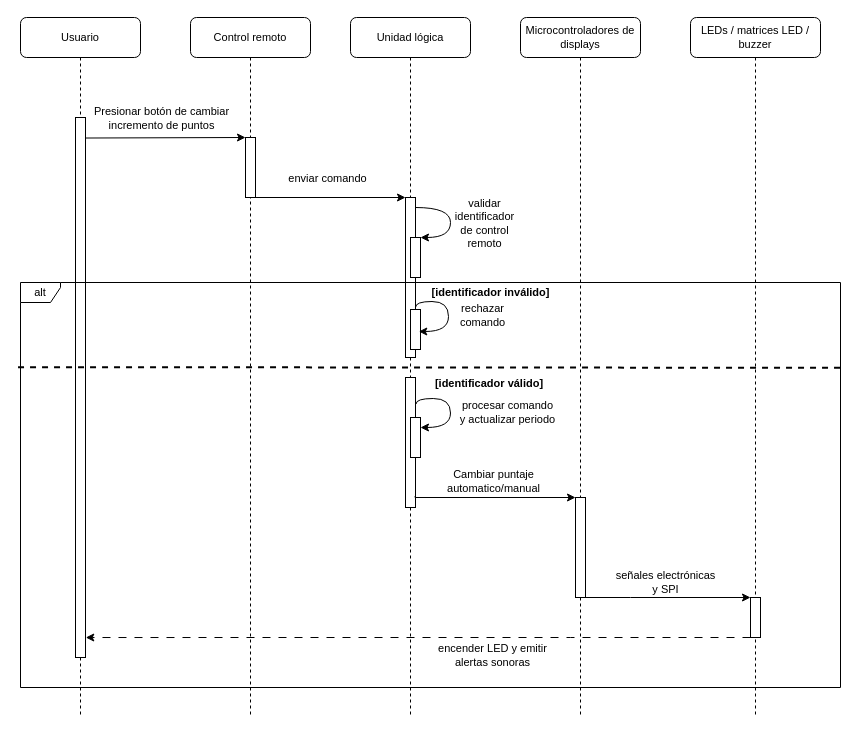
This is Design/UML/Seq and Act/Machine/cm1 seq.drawio from Diego-Hiriart/Capstone_Hiriart-Corales-Samaniego, a draw.io file, before an edit. Source tidied: cells renumbered, new cells numbered last; positions are measured from the earlier drawing's top-left corner, leaving out a move shared by most shapes. Both pictures are drawn from the tidied source at 100%, with x=0, y=0 at pixel (20, 17).
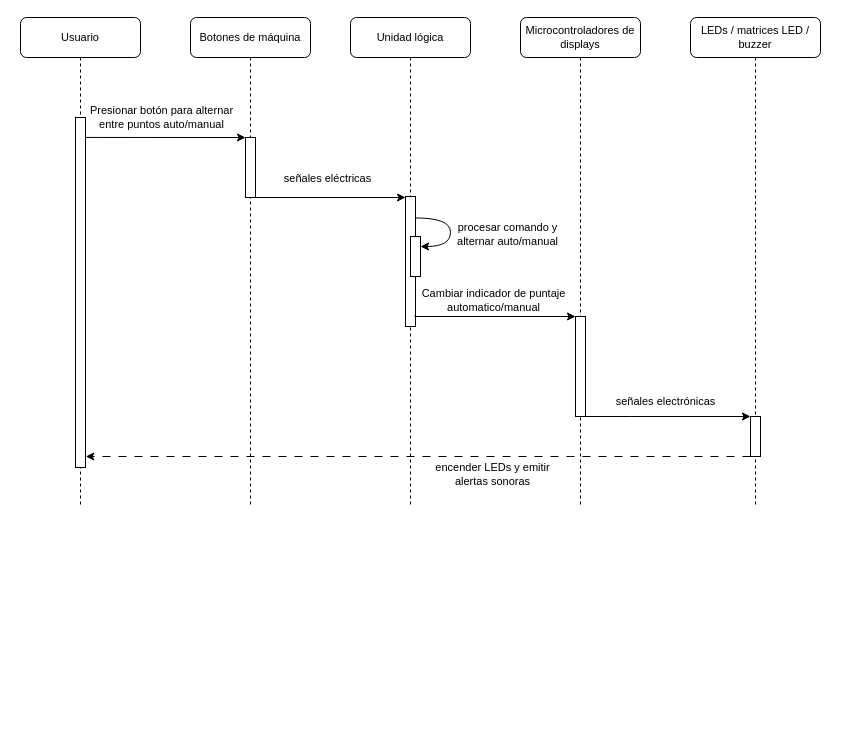
The same diagram, later.

The change refers to these unchanged cells:
```xml
<mxCell id="3" style="rounded=0;whiteSpace=wrap;html=1;fontFamily=Helvetica;fontSize=11;labelBackgroundColor=none;" parent="2" vertex="1">
  <mxGeometry x="55" y="120" width="10" height="60" as="geometry" />
</mxCell>
```

What changed in the source:
```diff
@@
-    <mxCell id="2" value="Control remoto" style="shape=umlLifeline;perimeter=lifelinePerimeter;whiteSpace=wrap;html=1;rounded=1;shadow=0;comic=0;labelBackgroundColor=none;strokeWidth=1;fontFamily=Helvetica;fontSize=11;align=center;" parent="1" vertex="1">
-      <mxGeometry x="170" width="120" height="700" as="geometry" />
+    <mxCell id="2" value="Botones de máquina" style="shape=umlLifeline;perimeter=lifelinePerimeter;whiteSpace=wrap;html=1;rounded=1;shadow=0;comic=0;labelBackgroundColor=none;strokeWidth=1;fontFamily=Helvetica;fontSize=11;align=center;" parent="1" vertex="1">
+      <mxGeometry x="170" width="120" height="490" as="geometry" />
     </mxCell>
@@
     <mxCell id="4" value="Unidad lógica" style="shape=umlLifeline;perimeter=lifelinePerimeter;whiteSpace=wrap;html=1;rounded=1;shadow=0;comic=0;labelBackgroundColor=none;strokeWidth=1;fontFamily=Helvetica;fontSize=11;align=center;" parent="1" vertex="1">
-      <mxGeometry x="330" width="120" height="700" as="geometry" />
+      <mxGeometry x="330" width="120" height="490" as="geometry" />
     </mxCell>
-    <mxCell id="5" style="rounded=0;whiteSpace=wrap;html=1;fontFamily=Helvetica;fontSize=11;labelBackgroundColor=none;" parent="4" vertex="1">
-      <mxGeometry x="55" y="180" width="10" height="160" as="geometry" />
-    </mxCell>
-    <mxCell id="6" style="endArrow=classic;html=1;rounded=0;exitX=1.03;exitY=0.151;exitDx=0;exitDy=0;edgeStyle=orthogonalEdgeStyle;curved=1;entryX=1;entryY=0;entryDx=0;entryDy=0;exitPerimeter=0;fontFamily=Helvetica;fontSize=11;labelBackgroundColor=none;" parent="4" edge="1" target="8">
-      <mxGeometry relative="1" as="geometry">
-        <mxPoint x="65.1" y="190" as="sourcePoint" />
-        <Array as="points">
-          <mxPoint x="100" y="190" />
-          <mxPoint x="100" y="220" />
-        </Array>
-      </mxGeometry>
-    </mxCell>
-    <mxCell id="7" value="validar &lt;br style=&quot;font-size: 11px;&quot;&gt;identificador&lt;br style=&quot;font-size: 11px;&quot;&gt;de control&lt;br style=&quot;font-size: 11px;&quot;&gt;remoto" style="edgeLabel;html=1;align=center;verticalAlign=middle;fontFamily=Helvetica;fontSize=11;labelBackgroundColor=none;" parent="6" vertex="1">
-      <mxGeometry x="-0.13" y="-1" relative="1" as="geometry">
-        <mxPoint x="34" y="9" as="offset" />
-      </mxGeometry>
-    </mxCell>
-    <mxCell id="8" style="rounded=0;whiteSpace=wrap;html=1;fontFamily=Helvetica;fontSize=11;labelBackgroundColor=none;" parent="4" vertex="1">
-      <mxGeometry x="60" y="220" width="10" height="40" as="geometry" />
-    </mxCell>
-    <mxCell id="9" value="[identificador inválido]" style="text;html=1;strokeColor=none;fillColor=none;align=center;verticalAlign=middle;whiteSpace=wrap;rounded=0;fontStyle=1;fontFamily=Helvetica;fontSize=11;labelBackgroundColor=none;" parent="4" vertex="1">
-      <mxGeometry x="74.5" y="265" width="131" height="20" as="geometry" />
-    </mxCell>
-    <mxCell id="10" value="[identificador válido]" style="text;html=1;strokeColor=none;fillColor=none;align=center;verticalAlign=middle;whiteSpace=wrap;rounded=0;fontStyle=1;fontFamily=Helvetica;fontSize=11;labelBackgroundColor=none;" parent="4" vertex="1">
-      <mxGeometry x="74.5" y="356" width="128.1" height="20" as="geometry" />
-    </mxCell>
-    <mxCell id="11" style="rounded=0;whiteSpace=wrap;html=1;fontFamily=Helvetica;fontSize=11;labelBackgroundColor=none;" parent="4" vertex="1">
-      <mxGeometry x="60" y="292" width="10" height="40" as="geometry" />
-    </mxCell>
-    <mxCell id="12" style="endArrow=classic;html=1;rounded=0;edgeStyle=orthogonalEdgeStyle;curved=1;entryX=1.032;entryY=0.375;entryDx=0;entryDy=0;entryPerimeter=0;exitX=1.2;exitY=0.643;exitDx=0;exitDy=0;exitPerimeter=0;fontFamily=Helvetica;fontSize=11;labelBackgroundColor=none;" parent="4" edge="1">
-      <mxGeometry relative="1" as="geometry">
-        <mxPoint x="65" y="289.9" as="sourcePoint" />
-        <mxPoint x="68.3" y="314" as="targetPoint" />
-        <Array as="points">
-          <mxPoint x="65" y="284" />
-          <mxPoint x="98" y="284" />
-          <mxPoint x="98" y="314" />
-        </Array>
-      </mxGeometry>
-    </mxCell>
-    <mxCell id="13" value="rechazar &lt;br style=&quot;font-size: 11px;&quot;&gt;comando" style="edgeLabel;html=1;align=center;verticalAlign=middle;fontFamily=Helvetica;fontSize=11;labelBackgroundColor=none;" parent="12" vertex="1">
-      <mxGeometry x="-0.13" y="-1" relative="1" as="geometry">
-        <mxPoint x="34" y="9" as="offset" />
-      </mxGeometry>
-    </mxCell>
-    <mxCell id="14" style="endArrow=classic;html=1;rounded=0;edgeStyle=orthogonalEdgeStyle;curved=1;exitX=1.05;exitY=0.204;exitDx=0;exitDy=0;exitPerimeter=0;fontFamily=Helvetica;fontSize=11;labelBackgroundColor=none;" parent="4" edge="1" source="16">
+    <mxCell id="14" style="endArrow=classic;html=1;rounded=0;edgeStyle=orthogonalEdgeStyle;curved=1;exitX=1.046;exitY=0.165;exitDx=0;exitDy=0;exitPerimeter=0;fontFamily=Helvetica;fontSize=11;labelBackgroundColor=none;" parent="4" edge="1" source="16">
       <mxGeometry relative="1" as="geometry">
-        <mxPoint x="70" y="410" as="targetPoint" />
+        <mxPoint x="70" y="229" as="targetPoint" />
         <Array as="points">
-          <mxPoint x="66" y="381" />
-          <mxPoint x="100" y="381" />
-          <mxPoint x="100" y="410" />
+          <mxPoint x="100" y="201" />
+          <mxPoint x="100" y="229" />
         </Array>
       </mxGeometry>
     </mxCell>
-    <mxCell id="15" value="procesar comando&lt;br style=&quot;font-size: 11px;&quot;&gt;y actualizar periodo" style="edgeLabel;html=1;align=center;verticalAlign=middle;fontFamily=Helvetica;fontSize=11;labelBackgroundColor=none;" parent="14" vertex="1">
+    <mxCell id="15" value="procesar comando y &lt;br&gt;alternar auto/manual" style="edgeLabel;html=1;align=center;verticalAlign=middle;fontFamily=Helvetica;fontSize=11;labelBackgroundColor=none;" parent="14" vertex="1">
       <mxGeometry x="-0.13" y="-1" relative="1" as="geometry">
         <mxPoint x="57" y="11" as="offset" />
       </mxGeometry>
     </mxCell>
     <mxCell id="16" style="rounded=0;whiteSpace=wrap;html=1;fontFamily=Helvetica;fontSize=11;labelBackgroundColor=none;" parent="4" vertex="1">
-      <mxGeometry x="55" y="360" width="10" height="130" as="geometry" />
+      <mxGeometry x="55" y="179" width="10" height="130" as="geometry" />
     </mxCell>
     <mxCell id="17" style="rounded=0;whiteSpace=wrap;html=1;fontFamily=Helvetica;fontSize=11;labelBackgroundColor=none;" parent="4" vertex="1">
-      <mxGeometry x="60" y="400" width="10" height="40" as="geometry" />
+      <mxGeometry x="60" y="219" width="10" height="40" as="geometry" />
     </mxCell>
     <mxCell id="18" value="Microcontroladores de displays" style="shape=umlLifeline;perimeter=lifelinePerimeter;whiteSpace=wrap;html=1;rounded=1;shadow=0;comic=0;labelBackgroundColor=none;strokeWidth=1;fontFamily=Helvetica;fontSize=11;align=center;size=40;" parent="1" vertex="1">
-      <mxGeometry x="500" width="120" height="700" as="geometry" />
+      <mxGeometry x="500" width="120" height="490" as="geometry" />
     </mxCell>
     <mxCell id="19" value="LEDs / matrices LED / buzzer" style="shape=umlLifeline;perimeter=lifelinePerimeter;whiteSpace=wrap;html=1;rounded=1;shadow=0;comic=0;labelBackgroundColor=none;strokeWidth=1;fontFamily=Helvetica;fontSize=11;align=center;" parent="1" vertex="1">
-      <mxGeometry x="670" width="130" height="700" as="geometry" />
+      <mxGeometry x="670" width="130" height="490" as="geometry" />
     </mxCell>
     <mxCell id="20" value="Usuario" style="shape=umlLifeline;perimeter=lifelinePerimeter;whiteSpace=wrap;html=1;rounded=1;shadow=0;comic=0;labelBackgroundColor=none;strokeWidth=1;fontFamily=Helvetica;fontSize=11;align=center;" parent="1" vertex="1">
-      <mxGeometry width="120" height="700" as="geometry" />
+      <mxGeometry width="120" height="490" as="geometry" />
     </mxCell>
     <mxCell id="21" style="rounded=0;whiteSpace=wrap;html=1;fontFamily=Helvetica;fontSize=11;labelBackgroundColor=none;" parent="20" vertex="1">
-      <mxGeometry x="55" y="100" width="10" height="540" as="geometry" />
+      <mxGeometry x="55" y="100" width="10" height="350" as="geometry" />
     </mxCell>
-    <mxCell id="22" style="endArrow=classic;html=1;rounded=0;exitX=1.032;exitY=0.038;exitDx=0;exitDy=0;exitPerimeter=0;entryX=0;entryY=0;entryDx=0;entryDy=0;fontFamily=Helvetica;fontSize=11;labelBackgroundColor=none;" parent="1" edge="1" source="21" target="3">
+    <mxCell id="22" style="endArrow=classic;html=1;rounded=0;entryX=0;entryY=0;entryDx=0;entryDy=0;fontFamily=Helvetica;fontSize=11;labelBackgroundColor=none;exitX=1.025;exitY=0.057;exitDx=0;exitDy=0;exitPerimeter=0;" parent="1" edge="1" source="21" target="3">
       <mxGeometry relative="1" as="geometry" />
     </mxCell>
-    <mxCell id="23" value="Presionar botón de cambiar&lt;br style=&quot;border-color: var(--border-color); font-size: 11px;&quot;&gt;&lt;span style=&quot;font-size: 11px;&quot;&gt;incremento de puntos&lt;/span&gt;" style="edgeLabel;html=1;align=center;verticalAlign=middle;fontFamily=Helvetica;fontSize=11;labelBackgroundColor=none;" parent="22" vertex="1">
+    <mxCell id="23" value="Presionar botón para alternar&lt;br&gt;entre puntos auto/manual" style="edgeLabel;html=1;align=center;verticalAlign=middle;fontFamily=Helvetica;fontSize=11;labelBackgroundColor=none;" parent="22" vertex="1">
       <mxGeometry x="-0.13" y="-1" relative="1" as="geometry">
         <mxPoint x="6" y="-21" as="offset" />
       </mxGeometry>
     </mxCell>
-    <mxCell id="24" style="endArrow=classic;html=1;rounded=0;exitX=1;exitY=1;exitDx=0;exitDy=0;entryX=0;entryY=0;entryDx=0;entryDy=0;fontFamily=Helvetica;fontSize=11;labelBackgroundColor=none;" parent="1" edge="1" source="3" target="5">
-      <mxGeometry relative="1" as="geometry" />
+    <mxCell id="24" style="endArrow=classic;html=1;rounded=0;exitX=1;exitY=1;exitDx=0;exitDy=0;entryX=0;entryY=0;entryDx=0;entryDy=0;fontFamily=Helvetica;fontSize=11;labelBackgroundColor=none;" parent="1" edge="1" source="3">
+      <mxGeometry relative="1" as="geometry">
+        <mxPoint x="385" y="180" as="targetPoint" />
+      </mxGeometry>
     </mxCell>
-    <mxCell id="25" value="enviar comando" style="edgeLabel;html=1;align=center;verticalAlign=middle;fontFamily=Helvetica;fontSize=11;labelBackgroundColor=none;" parent="24" vertex="1">
+    <mxCell id="25" value="señales eléctricas" style="edgeLabel;html=1;align=center;verticalAlign=middle;fontFamily=Helvetica;fontSize=11;labelBackgroundColor=none;" parent="24" vertex="1">
       <mxGeometry x="-0.13" y="-1" relative="1" as="geometry">
         <mxPoint x="6" y="-21" as="offset" />
       </mxGeometry>
     </mxCell>
-    <mxCell id="26" value="alt" style="shape=umlFrame;whiteSpace=wrap;html=1;width=40;height=20;fontFamily=Helvetica;fontSize=11;labelBackgroundColor=none;" parent="1" vertex="1">
-      <mxGeometry y="265" width="820" height="405" as="geometry" />
-    </mxCell>
     <mxCell id="27" style="edgeStyle=orthogonalEdgeStyle;rounded=0;jettySize=auto;html=1;exitX=1;exitY=1;exitDx=0;exitDy=0;entryX=0;entryY=0;entryDx=0;entryDy=0;fontFamily=Helvetica;fontSize=11;labelBackgroundColor=none;" parent="1" edge="1" source="29" target="34">
       <mxGeometry relative="1" as="geometry">
         <Array as="points">
-          <mxPoint x="610" y="580" />
-          <mxPoint x="610" y="580" />
+          <mxPoint x="610" y="399" />
+          <mxPoint x="610" y="399" />
         </Array>
       </mxGeometry>
     </mxCell>
-    <mxCell id="28" value="señales electrónicas &lt;br style=&quot;font-size: 11px;&quot;&gt;y SPI" style="edgeLabel;html=1;align=center;verticalAlign=middle;fontFamily=Helvetica;fontSize=11;labelBackgroundColor=none;" parent="27" vertex="1">
+    <mxCell id="28" value="señales electrónicas" style="edgeLabel;html=1;align=center;verticalAlign=middle;fontFamily=Helvetica;fontSize=11;labelBackgroundColor=none;" parent="27" vertex="1">
       <mxGeometry x="-0.18" y="-2" relative="1" as="geometry">
         <mxPoint x="11" y="-18" as="offset" />
       </mxGeometry>
     </mxCell>
     <mxCell id="29" style="rounded=0;whiteSpace=wrap;html=1;fontFamily=Helvetica;fontSize=11;labelBackgroundColor=none;" parent="1" vertex="1">
-      <mxGeometry x="555" y="480" width="10" height="100" as="geometry" />
+      <mxGeometry x="555" y="299" width="10" height="100" as="geometry" />
     </mxCell>
     <mxCell id="30" style="edgeStyle=orthogonalEdgeStyle;rounded=0;jettySize=auto;html=1;entryX=0;entryY=0;entryDx=0;entryDy=0;exitX=0.959;exitY=0.912;exitDx=0;exitDy=0;exitPerimeter=0;fontFamily=Helvetica;fontSize=11;labelBackgroundColor=none;" parent="1" edge="1" source="16" target="29">
       <mxGeometry relative="1" as="geometry">
         <Array as="points">
-          <mxPoint x="395" y="480" />
+          <mxPoint x="395" y="299" />
         </Array>
       </mxGeometry>
     </mxCell>
-    <mxCell id="31" value="&lt;div&gt;Cambiar puntaje&lt;/div&gt;&lt;div&gt;automatico/manual&lt;/div&gt;" style="edgeLabel;html=1;align=center;verticalAlign=middle;fontFamily=Helvetica;fontSize=11;labelBackgroundColor=none;" parent="30" vertex="1">
+    <mxCell id="31" value="&lt;div&gt;Cambiar indicador de puntaje&lt;/div&gt;&lt;div&gt;automatico/manual&lt;/div&gt;" style="edgeLabel;html=1;align=center;verticalAlign=middle;fontFamily=Helvetica;fontSize=11;labelBackgroundColor=none;" parent="30" vertex="1">
       <mxGeometry x="-0.1" relative="1" as="geometry">
         <mxPoint x="6" y="-17" as="offset" />
       </mxGeometry>
     </mxCell>
-    <mxCell id="32" style="edgeStyle=orthogonalEdgeStyle;rounded=0;jettySize=auto;html=1;exitX=0;exitY=1;exitDx=0;exitDy=0;entryX=1.028;entryY=0.963;entryDx=0;entryDy=0;entryPerimeter=0;dashed=1;dashPattern=8 8;fontFamily=Helvetica;fontSize=11;labelBackgroundColor=none;" parent="1" edge="1" source="34" target="21">
+    <mxCell id="32" style="edgeStyle=orthogonalEdgeStyle;rounded=0;jettySize=auto;html=1;exitX=0;exitY=1;exitDx=0;exitDy=0;entryX=1.028;entryY=0.963;entryDx=0;entryDy=0;entryPerimeter=0;dashed=1;dashPattern=8 8;fontFamily=Helvetica;fontSize=11;labelBackgroundColor=none;" parent="1" edge="1" source="34">
       <mxGeometry relative="1" as="geometry">
+        <mxPoint x="65.3" y="439" as="targetPoint" />
         <Array as="points">
-          <mxPoint x="550" y="620" />
-          <mxPoint x="550" y="620" />
+          <mxPoint x="550" y="439" />
+          <mxPoint x="550" y="439" />
         </Array>
       </mxGeometry>
     </mxCell>
-    <mxCell id="33" value="encender LED y emitir &lt;br style=&quot;font-size: 11px;&quot;&gt;alertas sonoras" style="edgeLabel;html=1;align=center;verticalAlign=middle;fontFamily=Helvetica;fontSize=11;labelBackgroundColor=none;" parent="32" vertex="1">
+    <mxCell id="33" value="encender LEDs y emitir &lt;br style=&quot;font-size: 11px;&quot;&gt;alertas sonoras" style="edgeLabel;html=1;align=center;verticalAlign=middle;fontFamily=Helvetica;fontSize=11;labelBackgroundColor=none;" parent="32" vertex="1">
       <mxGeometry x="-0.3" relative="1" as="geometry">
         <mxPoint x="-26" y="17" as="offset" />
       </mxGeometry>
     </mxCell>
     <mxCell id="34" style="rounded=0;whiteSpace=wrap;html=1;fontFamily=Helvetica;fontSize=11;labelBackgroundColor=none;" parent="1" vertex="1">
-      <mxGeometry x="730" y="580" width="10" height="40" as="geometry" />
+      <mxGeometry x="730" y="399" width="10" height="40" as="geometry" />
     </mxCell>
-    <mxCell id="35" style="endArrow=none;dashed=1;html=1;strokeWidth=2;rounded=0;exitX=-0.003;exitY=0.209;exitDx=0;exitDy=0;exitPerimeter=0;entryX=1;entryY=0.223;entryDx=0;entryDy=0;entryPerimeter=0;fontFamily=Helvetica;fontSize=11;labelBackgroundColor=none;" parent="1" edge="1" source="26">
-      <mxGeometry relative="1" as="geometry">
-        <mxPoint x="820" y="350.3" as="targetPoint" />
-      </mxGeometry>
-    </mxCell>
```
